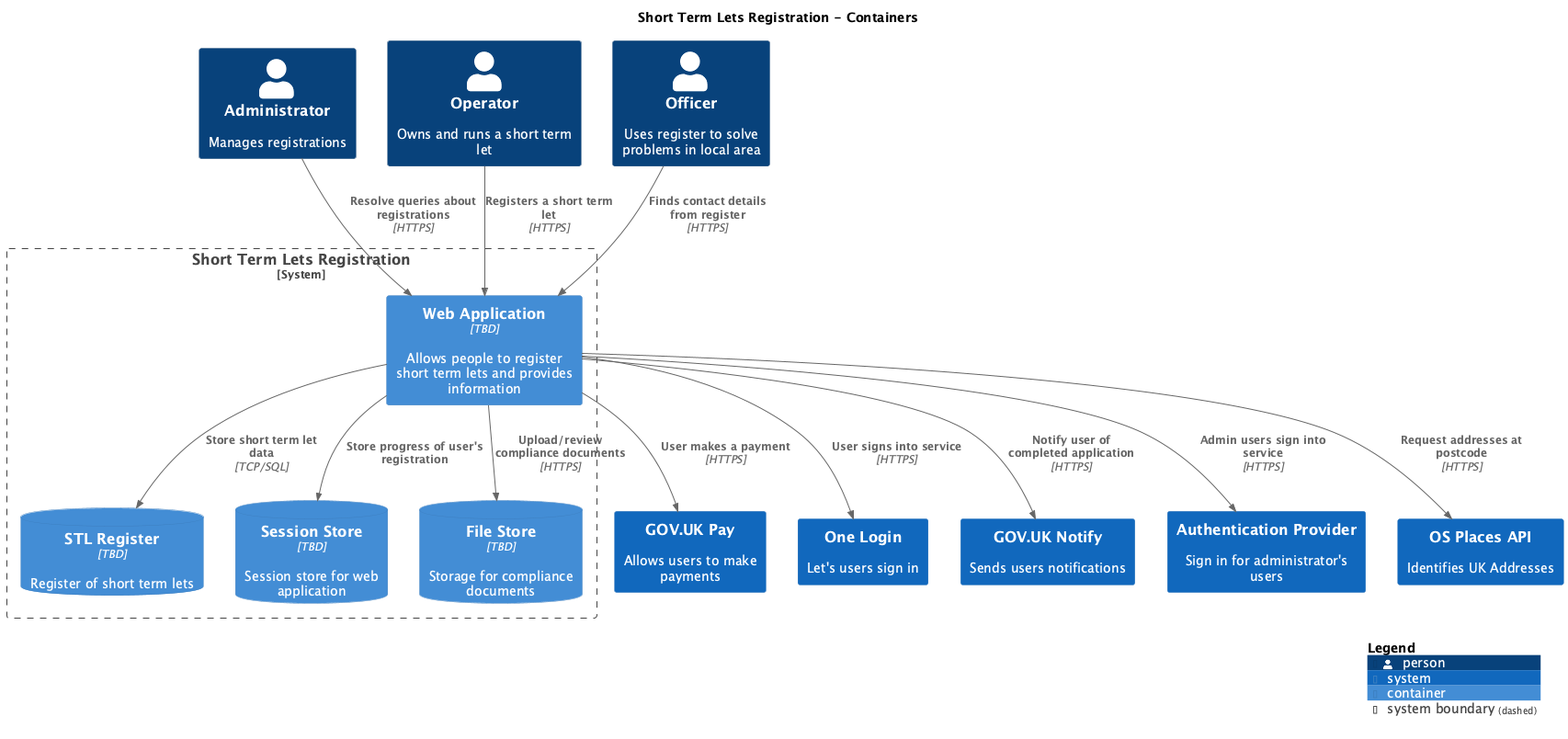
Above: main/png/Containers.png in DCMSstats/stl-architecture (PlantUML), before the change.
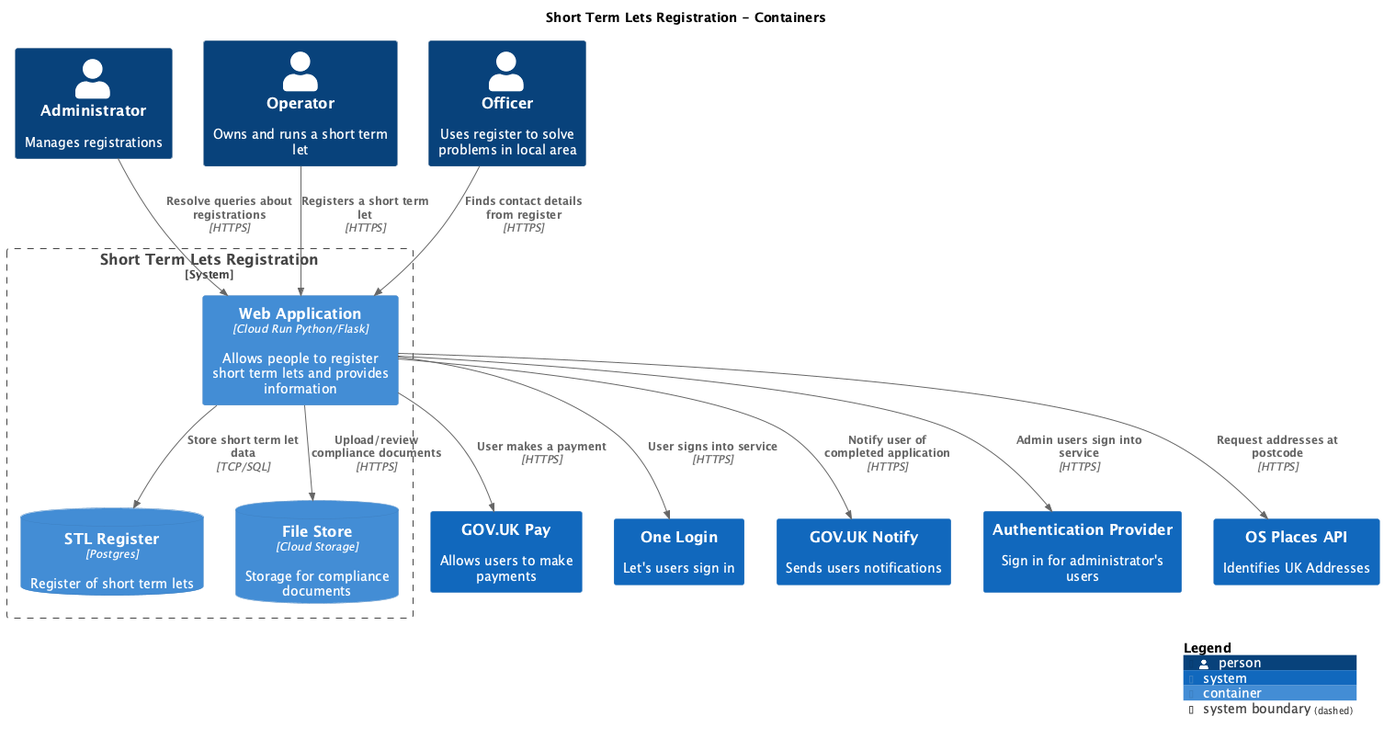
Later version of the same file.

Diff of the diagram source:
```diff
@@ -18,10 +18,9 @@
 System(OSPlacesAPI, "OS Places API", $descr="Identifies UK Addresses", $tags="", $link="")
 
 System_Boundary("ShortTermLetsRegistration_boundary", "Short Term Lets Registration", $tags="") {
-  Container(ShortTermLetsRegistration.WebApplication, "Web Application", $techn="TBD", $descr="Allows people to register short term lets and provides information", $tags="", $link="")
-  ContainerDb(ShortTermLetsRegistration.STLRegister, "STL Register", $techn="TBD", $descr="Register of short term lets", $tags="", $link="")
-  ContainerDb(ShortTermLetsRegistration.SessionStore, "Session Store", $techn="TBD", $descr="Session store for web application", $tags="", $link="")
-  ContainerDb(ShortTermLetsRegistration.FileStore, "File Store", $techn="TBD", $descr="Storage for compliance documents", $tags="", $link="")
+  Container(ShortTermLetsRegistration.WebApplication, "Web Application", $techn="Cloud Run Python/Flask", $descr="Allows people to register short term lets and provides information", $tags="", $link="")
+  ContainerDb(ShortTermLetsRegistration.STLRegister, "STL Register", $techn="Postgres", $descr="Register of short term lets", $tags="", $link="")
+  ContainerDb(ShortTermLetsRegistration.FileStore, "File Store", $techn="Cloud Storage", $descr="Storage for compliance documents", $tags="", $link="")
 }
 
 Rel(Operator, ShortTermLetsRegistration.WebApplication, "Registers a short term let", $techn="HTTPS", $tags="", $link="")
@@ -32,7 +31,6 @@
 Rel(ShortTermLetsRegistration.WebApplication, OneLogin, "User signs into service", $techn="HTTPS", $tags="", $link="")
 Rel(ShortTermLetsRegistration.WebApplication, AuthenticationProvider, "Admin users sign into service", $techn="HTTPS", $tags="", $link="")
 Rel(ShortTermLetsRegistration.WebApplication, GOVUKNotify, "Notify user of completed application", $techn="HTTPS", $tags="", $link="")
-Rel(ShortTermLetsRegistration.WebApplication, ShortTermLetsRegistration.SessionStore, "Store progress of user's registration", $techn="", $tags="", $link="")
 Rel(ShortTermLetsRegistration.WebApplication, ShortTermLetsRegistration.FileStore, "Upload/review compliance documents", $techn="HTTPS", $tags="", $link="")
 Rel(ShortTermLetsRegistration.WebApplication, OSPlacesAPI, "Request addresses at postcode", $techn="HTTPS", $tags="", $link="")
 
```
